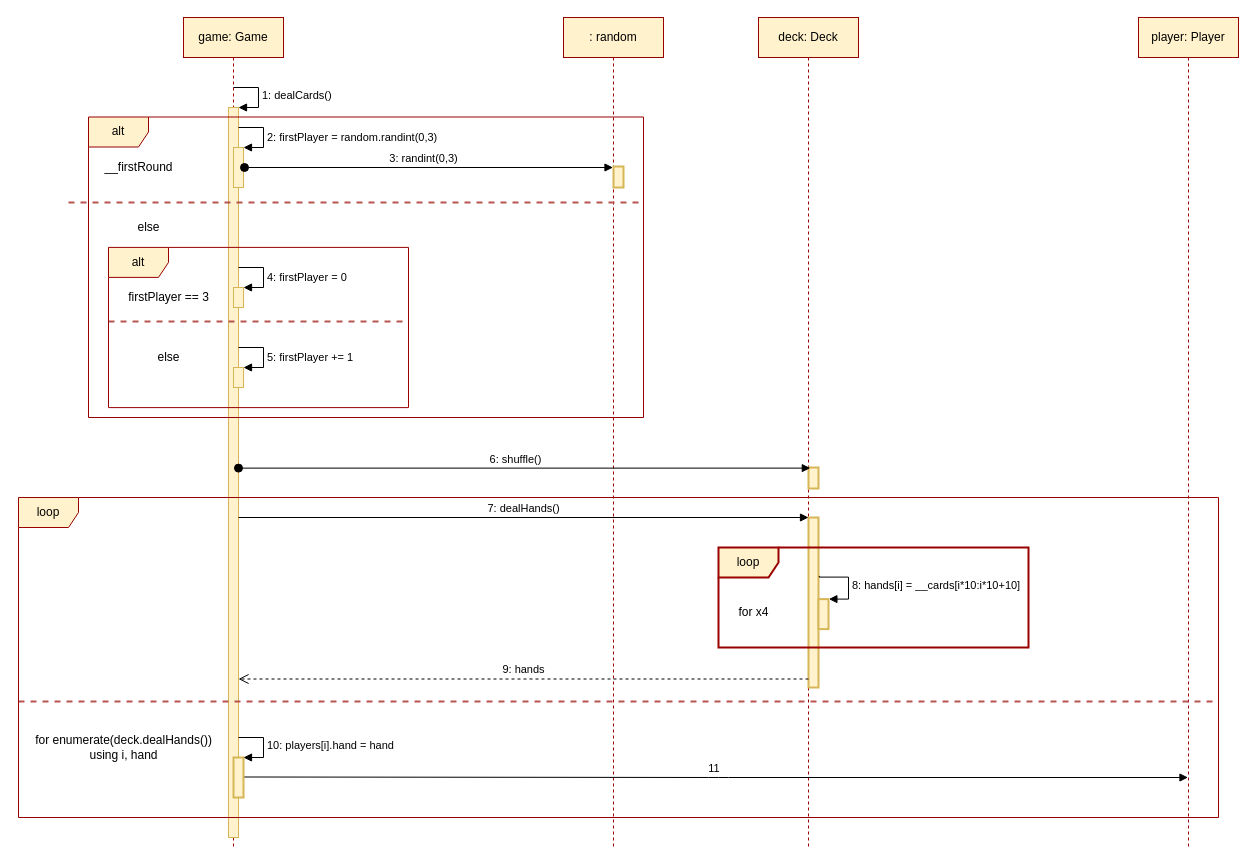
TheRealJoci/Tressette-Terminal-Card-Game keeps this draw.io diagram as page "Dijagram slijeda dealCards" (15 of 17) of Dijagram.drawio. Above is the earlier version. Source tidied: cells renumbered, new cells numbered last; positions are measured from the earlier drawing's top-left corner, leaving out a move shared by most shapes. Both pictures are drawn from the tidied source at 100%, with x=0, y=0 at pixel (18, 17).
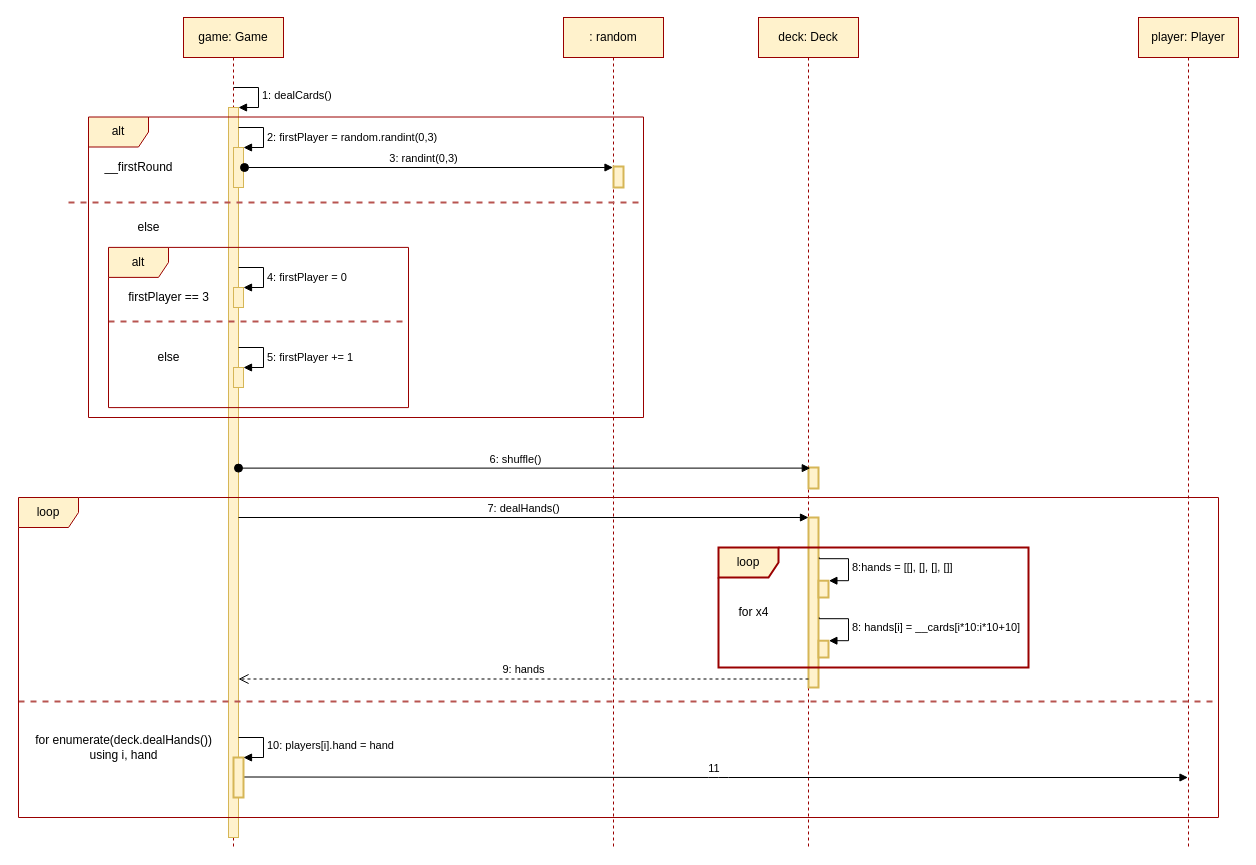
Above is the later version.

Diff of the diagram source:
```diff
@@
     <mxCell id="26" style="html=1;points=[];perimeter=orthogonalPerimeter;strokeColor=#d6b656;strokeWidth=2;fillColor=#fff2cc;" parent="1" vertex="1">
-      <mxGeometry x="800" y="581.6" width="10" height="30" as="geometry" />
+      <mxGeometry x="800" y="623.2" width="10" height="16.8" as="geometry" />
     </mxCell>
     <mxCell id="27" value="8: hands[i] = __cards[i*10:i*10+10]" style="edgeStyle=orthogonalEdgeStyle;html=1;align=left;spacingLeft=2;endArrow=block;rounded=0;exitX=1.08;exitY=0.481;exitDx=0;exitDy=0;exitPerimeter=0;entryX=1.04;entryY=0;entryDx=0;entryDy=0;entryPerimeter=0;" parent="1" edge="1" target="26">
-      <mxGeometry x="0.07" relative="1" as="geometry">
-        <mxPoint x="800.8" y="558.4" as="sourcePoint" />
+      <mxGeometry x="0.09" relative="1" as="geometry">
+        <mxPoint x="800.8" y="600" as="sourcePoint" />
         <Array as="points">
-          <mxPoint x="801" y="559.6" />
-          <mxPoint x="830" y="559.6" />
-          <mxPoint x="830" y="581.6" />
+          <mxPoint x="801" y="601.2" />
+          <mxPoint x="830" y="601.2" />
+          <mxPoint x="830" y="623.2" />
         </Array>
       </mxGeometry>
     </mxCell>
@@
+    <mxCell id="39" style="html=1;points=[];perimeter=orthogonalPerimeter;strokeColor=#d6b656;strokeWidth=2;fillColor=#fff2cc;" parent="1" vertex="1">
+      <mxGeometry x="800" y="563.2" width="10" height="16.8" as="geometry" />
+    </mxCell>
+    <mxCell id="40" value="8:hands = [[], [], [], []]" style="edgeStyle=orthogonalEdgeStyle;html=1;align=left;spacingLeft=2;endArrow=block;rounded=0;exitX=1.08;exitY=0.481;exitDx=0;exitDy=0;exitPerimeter=0;entryX=1.04;entryY=0;entryDx=0;entryDy=0;entryPerimeter=0;" parent="1" edge="1" target="39">
+      <mxGeometry x="0.07" relative="1" as="geometry">
+        <mxPoint x="800.8" y="540" as="sourcePoint" />
+        <Array as="points">
+          <mxPoint x="801" y="541.2" />
+          <mxPoint x="830" y="541.2" />
+          <mxPoint x="830" y="563.2" />
+        </Array>
+      </mxGeometry>
+    </mxCell>
     <mxCell id="37" value="loop" style="shape=umlFrame;whiteSpace=wrap;html=1;strokeWidth=2;fillColor=#fff2cc;strokeColor=#990000;" parent="1" vertex="1">
-      <mxGeometry x="700" y="530" width="310" height="100" as="geometry" />
+      <mxGeometry x="700" y="530" width="310" height="120" as="geometry" />
     </mxCell>
```
